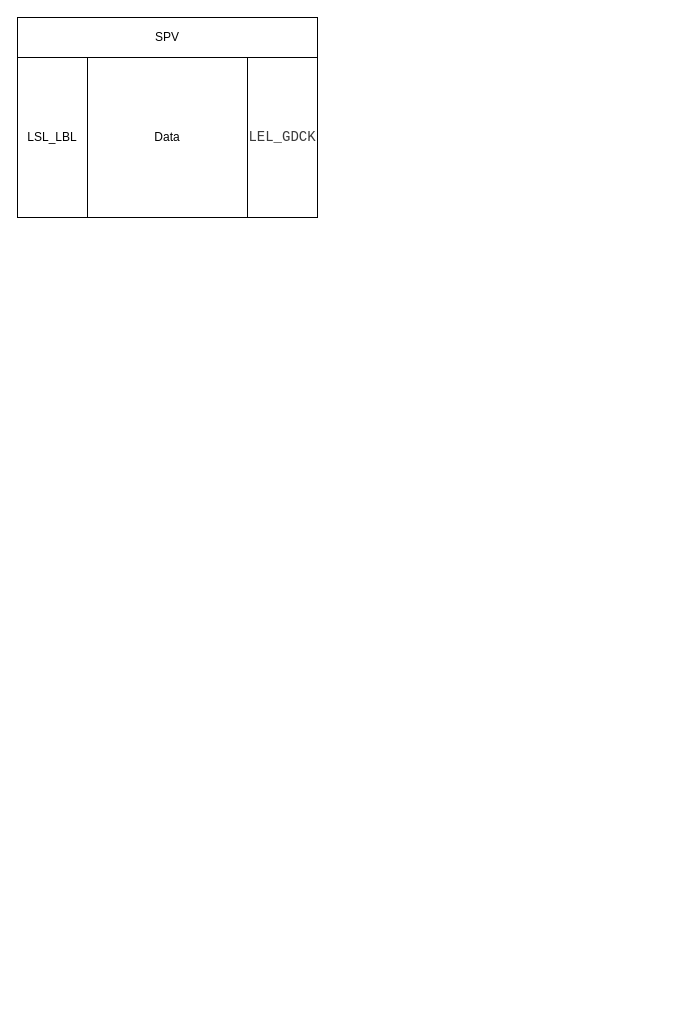
Before: 软解开发说明文档.drawio in xubinlu/android-journey, a draw.io diagram. Source tidied: cells renumbered, new cells numbered last; positions are measured from the earlier drawing's top-left corner, leaving out a move shared by most shapes. Both pictures are drawn from the tidied source at 100%, with x=0, y=0 at pixel (17, 17).
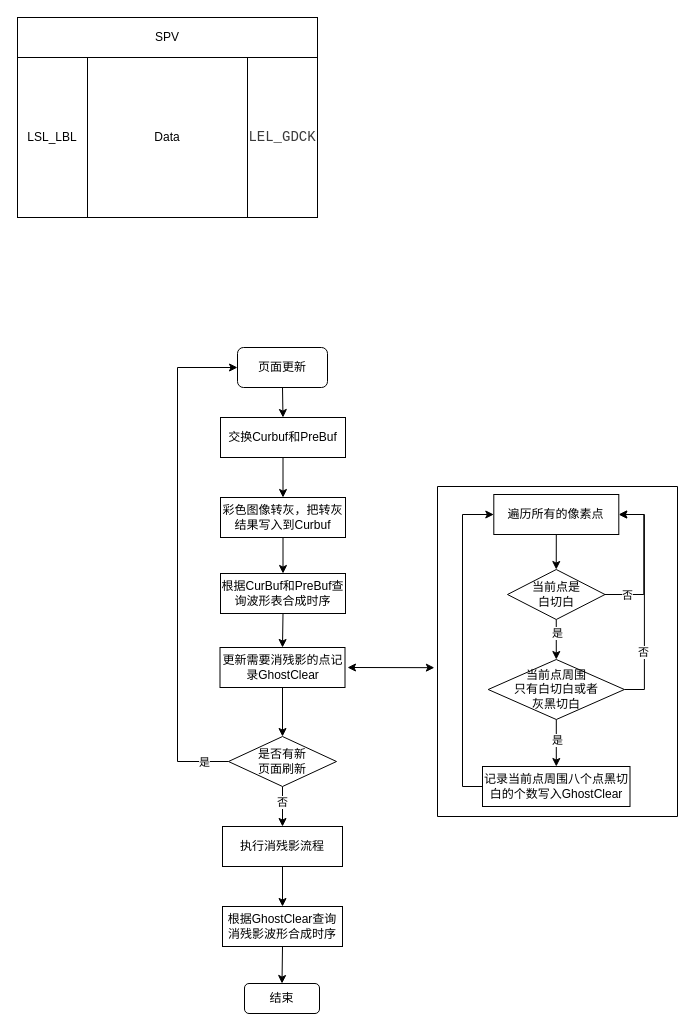
The same page after the edit.

Commit message:
更新软解开发说明文档.drawio

Change to the diagram source:
```diff
@@
+    <mxCell id="7" style="edgeStyle=orthogonalEdgeStyle;rounded=0;jettySize=auto;html=1;exitX=0.5;exitY=1;exitDx=0;exitDy=0;entryX=0.5;entryY=0;entryDx=0;entryDy=0;" parent="1" edge="1" source="8" target="10">
+      <mxGeometry relative="1" as="geometry" />
+    </mxCell>
+    <mxCell id="8" value="页面更新" style="rounded=1;whiteSpace=wrap;html=1;" parent="1" vertex="1">
+      <mxGeometry x="220" y="330" width="90" height="40" as="geometry" />
+    </mxCell>
+    <mxCell id="9" style="edgeStyle=orthogonalEdgeStyle;rounded=0;jettySize=auto;html=1;exitX=0.5;exitY=1;exitDx=0;exitDy=0;entryX=0.5;entryY=0;entryDx=0;entryDy=0;" parent="1" edge="1" source="10" target="12">
+      <mxGeometry relative="1" as="geometry" />
+    </mxCell>
+    <mxCell id="10" value="交换Curbuf和PreBuf" style="rounded=0;whiteSpace=wrap;html=1;" parent="1" vertex="1">
+      <mxGeometry x="203" y="400" width="125" height="40" as="geometry" />
+    </mxCell>
+    <mxCell id="11" style="edgeStyle=orthogonalEdgeStyle;rounded=0;jettySize=auto;html=1;exitX=0.5;exitY=1;exitDx=0;exitDy=0;entryX=0.5;entryY=0;entryDx=0;entryDy=0;" parent="1" edge="1" source="12" target="14">
+      <mxGeometry relative="1" as="geometry" />
+    </mxCell>
+    <mxCell id="12" value="彩色图像转灰，把转灰结果写入到Curbuf" style="rounded=0;whiteSpace=wrap;html=1;" parent="1" vertex="1">
+      <mxGeometry x="203" y="480" width="125" height="40" as="geometry" />
+    </mxCell>
+    <mxCell id="13" style="edgeStyle=orthogonalEdgeStyle;rounded=0;jettySize=auto;html=1;exitX=0.5;exitY=1;exitDx=0;exitDy=0;entryX=0.5;entryY=0;entryDx=0;entryDy=0;" parent="1" edge="1" source="14" target="16">
+      <mxGeometry relative="1" as="geometry" />
+    </mxCell>
+    <mxCell id="14" value="根据CurBuf和PreBuf查询波形表合成时序" style="rounded=0;whiteSpace=wrap;html=1;" parent="1" vertex="1">
+      <mxGeometry x="203" y="556" width="125" height="40" as="geometry" />
+    </mxCell>
+    <mxCell id="15" style="edgeStyle=orthogonalEdgeStyle;rounded=0;jettySize=auto;html=1;exitX=0.5;exitY=1;exitDx=0;exitDy=0;entryX=0.5;entryY=0;entryDx=0;entryDy=0;" parent="1" edge="1" source="16" target="21">
+      <mxGeometry relative="1" as="geometry" />
+    </mxCell>
+    <mxCell id="16" value="更新需要消残影的点记录GhostClear" style="rounded=0;whiteSpace=wrap;html=1;" parent="1" vertex="1">
+      <mxGeometry x="202.5" y="630" width="125" height="40" as="geometry" />
+    </mxCell>
+    <mxCell id="17" style="edgeStyle=orthogonalEdgeStyle;rounded=0;jettySize=auto;html=1;exitX=0.5;exitY=1;exitDx=0;exitDy=0;entryX=0.5;entryY=0;entryDx=0;entryDy=0;" parent="1" edge="1" source="21" target="23">
+      <mxGeometry relative="1" as="geometry" />
+    </mxCell>
+    <mxCell id="18" value="否" style="edgeLabel;html=1;align=center;verticalAlign=middle;" parent="17" vertex="1">
+      <mxGeometry x="-0.25" y="-1" relative="1" as="geometry" />
+    </mxCell>
+    <mxCell id="19" style="edgeStyle=orthogonalEdgeStyle;rounded=0;jettySize=auto;html=1;exitX=0;exitY=0.5;exitDx=0;exitDy=0;entryX=0;entryY=0.5;entryDx=0;entryDy=0;" parent="1" edge="1" source="21" target="8">
+      <mxGeometry relative="1" as="geometry">
+        <Array as="points">
+          <mxPoint x="160" y="744" />
+          <mxPoint x="160" y="350" />
+        </Array>
+      </mxGeometry>
+    </mxCell>
+    <mxCell id="20" value="是" style="edgeLabel;html=1;align=center;verticalAlign=middle;" parent="19" vertex="1">
+      <mxGeometry x="-0.9" relative="1" as="geometry" />
+    </mxCell>
+    <mxCell id="21" value="是否有新&lt;div&gt;页面&lt;span style=&quot;background-color: transparent; color: light-dark(rgb(0, 0, 0), rgb(255, 255, 255));&quot;&gt;刷新&lt;/span&gt;&lt;/div&gt;" style="rhombus;whiteSpace=wrap;html=1;" parent="1" vertex="1">
+      <mxGeometry x="211" y="719" width="108" height="50" as="geometry" />
+    </mxCell>
+    <mxCell id="22" style="edgeStyle=orthogonalEdgeStyle;rounded=0;jettySize=auto;html=1;exitX=0.5;exitY=1;exitDx=0;exitDy=0;entryX=0.5;entryY=0;entryDx=0;entryDy=0;" parent="1" edge="1" source="23" target="25">
+      <mxGeometry relative="1" as="geometry" />
+    </mxCell>
+    <mxCell id="23" value="执行消残影流程" style="rounded=0;whiteSpace=wrap;html=1;" parent="1" vertex="1">
+      <mxGeometry x="205" y="809" width="120" height="40" as="geometry" />
+    </mxCell>
+    <mxCell id="24" style="edgeStyle=orthogonalEdgeStyle;rounded=0;jettySize=auto;html=1;exitX=0.5;exitY=1;exitDx=0;exitDy=0;entryX=0.5;entryY=0;entryDx=0;entryDy=0;" parent="1" edge="1" source="25" target="42">
+      <mxGeometry relative="1" as="geometry" />
+    </mxCell>
+    <mxCell id="25" value="根据GhostClear查询消残影波形合成时序" style="rounded=0;whiteSpace=wrap;html=1;" parent="1" vertex="1">
+      <mxGeometry x="205" y="889" width="120" height="40" as="geometry" />
+    </mxCell>
+    <mxCell id="26" style="swimlane;startSize=0;" parent="1" vertex="1">
+      <mxGeometry x="420" y="469" width="240" height="330" as="geometry" />
+    </mxCell>
+    <mxCell id="27" style="edgeStyle=orthogonalEdgeStyle;rounded=0;jettySize=auto;html=1;exitX=0.5;exitY=1;exitDx=0;exitDy=0;entryX=0.5;entryY=0;entryDx=0;entryDy=0;" parent="26" edge="1" source="28" target="33">
+      <mxGeometry relative="1" as="geometry" />
+    </mxCell>
+    <mxCell id="28" value="遍历所有的像素点" style="rounded=0;whiteSpace=wrap;html=1;" parent="26" vertex="1">
+      <mxGeometry x="56.3" y="8" width="125" height="40" as="geometry" />
+    </mxCell>
+    <mxCell id="29" style="edgeStyle=orthogonalEdgeStyle;rounded=0;jettySize=auto;html=1;exitX=0.5;exitY=1;exitDx=0;exitDy=0;entryX=0.5;entryY=0;entryDx=0;entryDy=0;" parent="26" edge="1" source="33" target="38">
+      <mxGeometry relative="1" as="geometry" />
+    </mxCell>
+    <mxCell id="30" value="是" style="edgeLabel;html=1;align=center;verticalAlign=middle;" parent="29" vertex="1">
+      <mxGeometry x="-0.29" y="1" relative="1" as="geometry" />
+    </mxCell>
+    <mxCell id="31" style="edgeStyle=orthogonalEdgeStyle;rounded=0;jettySize=auto;html=1;exitX=1;exitY=0.5;exitDx=0;exitDy=0;entryX=1;entryY=0.5;entryDx=0;entryDy=0;" parent="26" edge="1" source="33" target="28">
+      <mxGeometry relative="1" as="geometry">
+        <Array as="points">
+          <mxPoint x="206.3" y="108" />
+          <mxPoint x="206.3" y="28" />
+        </Array>
+      </mxGeometry>
+    </mxCell>
+    <mxCell id="32" value="否" style="edgeLabel;html=1;align=center;verticalAlign=middle;" parent="31" vertex="1">
+      <mxGeometry x="-0.69" relative="1" as="geometry" />
+    </mxCell>
+    <mxCell id="33" value="当前点是&lt;div&gt;白切白&lt;/div&gt;" style="rhombus;whiteSpace=wrap;html=1;" parent="26" vertex="1">
+      <mxGeometry x="70" y="83" width="97.5" height="50" as="geometry" />
+    </mxCell>
+    <mxCell id="34" style="edgeStyle=orthogonalEdgeStyle;rounded=0;jettySize=auto;html=1;" parent="26" edge="1" source="38" target="40">
+      <mxGeometry relative="1" as="geometry" />
+    </mxCell>
+    <mxCell id="35" value="是" style="edgeLabel;html=1;align=center;verticalAlign=middle;" parent="34" vertex="1">
+      <mxGeometry x="-0.23" y="1" relative="1" as="geometry">
+        <mxPoint y="2" as="offset" />
+      </mxGeometry>
+    </mxCell>
+    <mxCell id="36" style="edgeStyle=orthogonalEdgeStyle;rounded=0;jettySize=auto;html=1;exitX=1;exitY=0.5;exitDx=0;exitDy=0;entryX=1;entryY=0.5;entryDx=0;entryDy=0;" parent="26" edge="1" source="38" target="28">
+      <mxGeometry relative="1" as="geometry" />
+    </mxCell>
+    <mxCell id="37" value="否" style="edgeLabel;html=1;align=center;verticalAlign=middle;" parent="36" vertex="1">
+      <mxGeometry x="-0.47" y="1" relative="1" as="geometry" />
+    </mxCell>
+    <mxCell id="38" value="当前点周围&lt;div&gt;只有白切白或者&lt;/div&gt;&lt;div&gt;灰黑切白&lt;/div&gt;" style="rhombus;whiteSpace=wrap;html=1;" parent="26" vertex="1">
+      <mxGeometry x="50.7" y="173" width="136.2" height="60" as="geometry" />
+    </mxCell>
+    <mxCell id="39" style="edgeStyle=orthogonalEdgeStyle;rounded=0;jettySize=auto;html=1;exitX=0;exitY=0.5;exitDx=0;exitDy=0;entryX=0;entryY=0.5;entryDx=0;entryDy=0;" parent="26" edge="1" source="40" target="28">
+      <mxGeometry relative="1" as="geometry" />
+    </mxCell>
+    <mxCell id="40" value="记录当前点周围八个点黑切白的个数写入GhostClear" style="whiteSpace=wrap;html=1;" parent="26" vertex="1">
+      <mxGeometry x="45" y="280" width="147.5" height="40" as="geometry" />
+    </mxCell>
+    <mxCell id="41" style="endArrow=classic;startArrow=classic;html=1;rounded=0;entryX=-0.013;entryY=0.549;entryDx=0;entryDy=0;entryPerimeter=0;" parent="1" edge="1" target="26">
+      <mxGeometry relative="1" as="geometry">
+        <mxPoint x="330" y="650" as="sourcePoint" />
+      </mxGeometry>
+    </mxCell>
+    <mxCell id="42" value="结束" style="rounded=1;whiteSpace=wrap;html=1;" parent="1" vertex="1">
+      <mxGeometry x="227" y="966" width="75" height="30" as="geometry" />
+    </mxCell>
```
